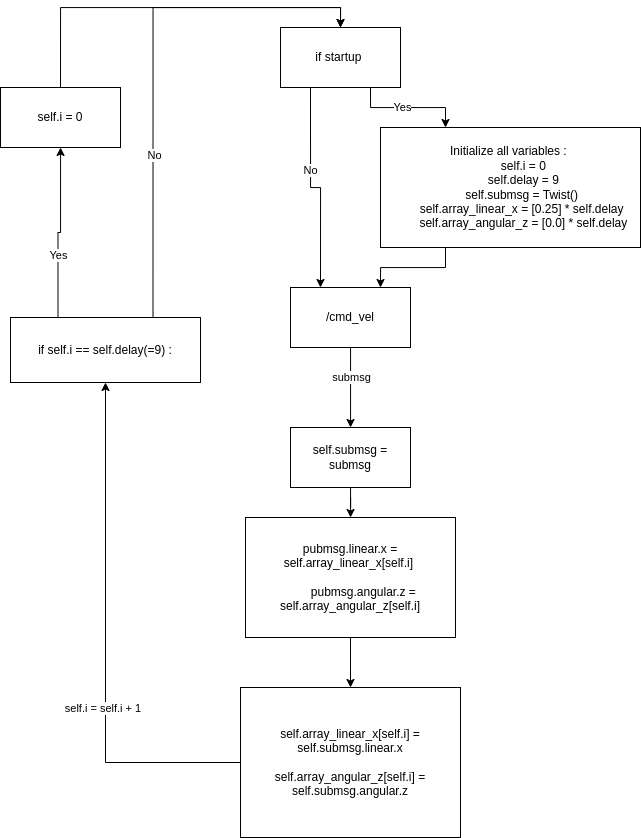
This is Figures/drawio/cmd_vel_subpub.png from Lars-33/masteruia2, a draw.io export, as it was before one commit. Source tidied: cells renumbered, new cells last; positions are measured from the earlier drawing's top-left corner, leaving out a move shared by most shapes.
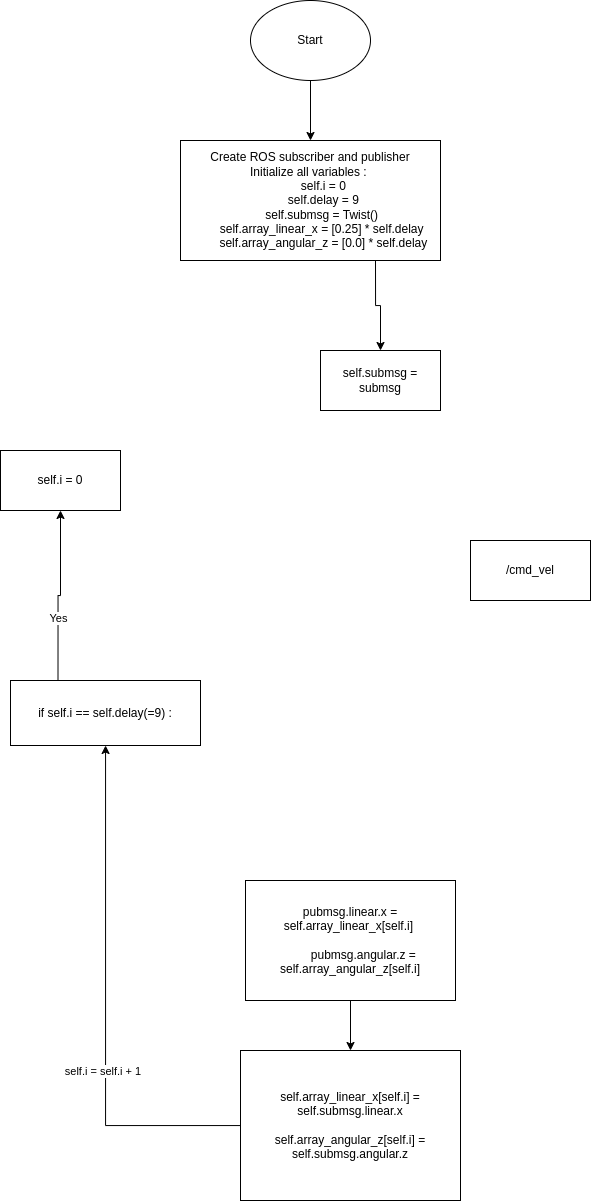
Later version of the same file.

The edit, as a diff of the source:
```diff
@@ -2,27 +2,11 @@
   <root>
     <mxCell id="0" />
     <mxCell id="1" parent="0" />
-    <mxCell id="2" style="edgeStyle=orthogonalEdgeStyle;rounded=0;jettySize=auto;html=1;" parent="1" edge="1" source="4" target="6">
-      <mxGeometry relative="1" as="geometry">
-        <Array as="points">
-          <mxPoint x="350" y="370" />
-          <mxPoint x="350" y="370" />
-        </Array>
-      </mxGeometry>
-    </mxCell>
-    <mxCell id="3" value="submsg" style="edgeLabel;html=1;align=center;verticalAlign=middle;" parent="2" vertex="1">
-      <mxGeometry x="-0.26" y="3" relative="1" as="geometry">
-        <mxPoint x="-3" as="offset" />
-      </mxGeometry>
-    </mxCell>
     <mxCell id="4" value="/cmd_vel" style="rounded=0;whiteSpace=wrap;html=1;" parent="1" vertex="1">
-      <mxGeometry x="290" y="280" width="120" height="60" as="geometry" />
+      <mxGeometry x="470" y="170" width="120" height="60" as="geometry" />
     </mxCell>
-    <mxCell id="5" style="edgeStyle=orthogonalEdgeStyle;rounded=0;jettySize=auto;html=1;" parent="1" edge="1" source="6" target="11">
-      <mxGeometry relative="1" as="geometry" />
-    </mxCell>
     <mxCell id="6" value="self.submsg = submsg" style="whiteSpace=wrap;html=1;rounded=0;" parent="1" vertex="1">
-      <mxGeometry x="290" y="420" width="120" height="60" as="geometry" />
+      <mxGeometry x="320" y="-20" width="120" height="60" as="geometry" />
     </mxCell>
     <mxCell id="7" style="edgeStyle=orthogonalEdgeStyle;rounded=0;jettySize=auto;html=1;" parent="1" edge="1" source="9" target="16">
       <mxGeometry relative="1" as="geometry" />
@@ -45,46 +29,23 @@
     <mxCell id="13" value="Yes" style="edgeLabel;html=1;align=center;verticalAlign=middle;" parent="12" vertex="1">
       <mxGeometry x="-0.27" relative="1" as="geometry" />
     </mxCell>
-    <mxCell id="14" style="edgeStyle=orthogonalEdgeStyle;rounded=0;jettySize=auto;html=1;exitX=0.25;exitY=1;exitDx=0;exitDy=0;entryX=0.5;entryY=0;entryDx=0;entryDy=0;" parent="1" edge="1" source="16" target="23">
-      <mxGeometry relative="1" as="geometry" />
-    </mxCell>
-    <mxCell id="15" value="No" style="edgeLabel;html=1;align=center;verticalAlign=middle;" parent="14" vertex="1">
-      <mxGeometry x="-0.37" y="-1" relative="1" as="geometry" />
-    </mxCell>
     <mxCell id="16" value="if self.i == self.delay(=9) :" style="whiteSpace=wrap;html=1;rounded=0;direction=west;" parent="1" vertex="1">
       <mxGeometry x="10" y="310" width="190" height="65" as="geometry" />
     </mxCell>
-    <mxCell id="17" style="edgeStyle=orthogonalEdgeStyle;rounded=0;jettySize=auto;html=1;exitX=0.5;exitY=1;exitDx=0;exitDy=0;entryX=0.5;entryY=0;entryDx=0;entryDy=0;" parent="1" edge="1" source="18" target="23">
-      <mxGeometry relative="1" as="geometry">
-        <Array as="points">
-          <mxPoint x="60" />
-          <mxPoint x="340" />
-        </Array>
-      </mxGeometry>
-    </mxCell>
     <mxCell id="18" value="self.i = 0" style="whiteSpace=wrap;html=1;rounded=0;direction=west;" parent="1" vertex="1">
       <mxGeometry y="80" width="120" height="60" as="geometry" />
     </mxCell>
-    <mxCell id="19" style="edgeStyle=orthogonalEdgeStyle;rounded=0;jettySize=auto;html=1;exitX=0.75;exitY=1;exitDx=0;exitDy=0;entryX=0.25;entryY=0;entryDx=0;entryDy=0;" parent="1" edge="1" source="23" target="25">
-      <mxGeometry relative="1" as="geometry" />
-    </mxCell>
-    <mxCell id="20" value="Yes" style="edgeLabel;html=1;align=center;verticalAlign=middle;" parent="19" vertex="1">
-      <mxGeometry x="-0.11" y="1" relative="1" as="geometry" />
-    </mxCell>
-    <mxCell id="21" style="edgeStyle=orthogonalEdgeStyle;rounded=0;jettySize=auto;html=1;exitX=0.25;exitY=1;exitDx=0;exitDy=0;entryX=0.25;entryY=0;entryDx=0;entryDy=0;" parent="1" edge="1" source="23" target="4">
-      <mxGeometry relative="1" as="geometry" />
-    </mxCell>
-    <mxCell id="22" value="No" style="edgeLabel;html=1;align=center;verticalAlign=middle;" parent="21" vertex="1">
-      <mxGeometry x="-0.22" y="-1" relative="1" as="geometry" />
-    </mxCell>
-    <mxCell id="23" value="if startup&amp;nbsp;" style="whiteSpace=wrap;html=1;" parent="1" vertex="1">
-      <mxGeometry x="280" y="20" width="120" height="60" as="geometry" />
-    </mxCell>
-    <mxCell id="24" style="edgeStyle=orthogonalEdgeStyle;rounded=0;jettySize=auto;html=1;exitX=0.25;exitY=1;exitDx=0;exitDy=0;entryX=0.75;entryY=0;entryDx=0;entryDy=0;" parent="1" edge="1" source="25" target="4">
-      <mxGeometry relative="1" as="geometry" />
-    </mxCell>
+    <mxCell id="26" style="edgeStyle=orthogonalEdgeStyle;rounded=0;jettySize=auto;html=1;exitX=0.75;exitY=1;exitDx=0;exitDy=0;" parent="1" edge="1" source="25" target="6">
+      <mxGeometry relative="1" as="geometry" />
+    </mxCell>
-    <mxCell id="25" value="Initialize all variables :&amp;nbsp;&lt;div&gt;&amp;nbsp; &amp;nbsp; &amp;nbsp; &amp;nbsp; self.i = 0&lt;/div&gt;&lt;div&gt;&amp;nbsp; &amp;nbsp; &amp;nbsp; &amp;nbsp; self.delay = 9&lt;/div&gt;&lt;div&gt;&amp;nbsp; &amp;nbsp; &amp;nbsp; &amp;nbsp; self.submsg = Twist()&amp;nbsp;&lt;/div&gt;&lt;div&gt;&amp;nbsp; &amp;nbsp; &amp;nbsp; &amp;nbsp; self.array_linear_x = [0.25] * self.delay&amp;nbsp;&lt;/div&gt;&lt;div&gt;&amp;nbsp; &amp;nbsp; &amp;nbsp; &amp;nbsp; self.array_angular_z = [0.0] * self.delay&lt;/div&gt;" style="rounded=0;whiteSpace=wrap;html=1;" parent="1" vertex="1">
-      <mxGeometry x="380" y="120" width="260" height="120" as="geometry" />
+    <mxCell id="25" value="Create ROS subscriber and publisher&lt;br&gt;Initialize all variables :&amp;nbsp;&lt;div&gt;&amp;nbsp; &amp;nbsp; &amp;nbsp; &amp;nbsp; self.i = 0&lt;/div&gt;&lt;div&gt;&amp;nbsp; &amp;nbsp; &amp;nbsp; &amp;nbsp; self.delay = 9&lt;/div&gt;&lt;div&gt;&amp;nbsp; &amp;nbsp; &amp;nbsp; &amp;nbsp; self.submsg = Twist()&amp;nbsp;&lt;/div&gt;&lt;div&gt;&amp;nbsp; &amp;nbsp; &amp;nbsp; &amp;nbsp; self.array_linear_x = [0.25] * self.delay&amp;nbsp;&lt;/div&gt;&lt;div&gt;&amp;nbsp; &amp;nbsp; &amp;nbsp; &amp;nbsp; self.array_angular_z = [0.0] * self.delay&lt;/div&gt;" style="rounded=0;whiteSpace=wrap;html=1;" parent="1" vertex="1">
+      <mxGeometry x="180" y="-230" width="260" height="120" as="geometry" />
     </mxCell>
+    <mxCell id="27" style="edgeStyle=orthogonalEdgeStyle;rounded=0;jettySize=auto;html=1;" parent="1" edge="1" source="28" target="25">
+      <mxGeometry relative="1" as="geometry" />
+    </mxCell>
+    <mxCell id="28" value="Start" style="ellipse;whiteSpace=wrap;html=1;" parent="1" vertex="1">
+      <mxGeometry x="250" y="-370" width="120" height="80" as="geometry" />
+    </mxCell>
   </root>
 </mxGraphModel>
```
